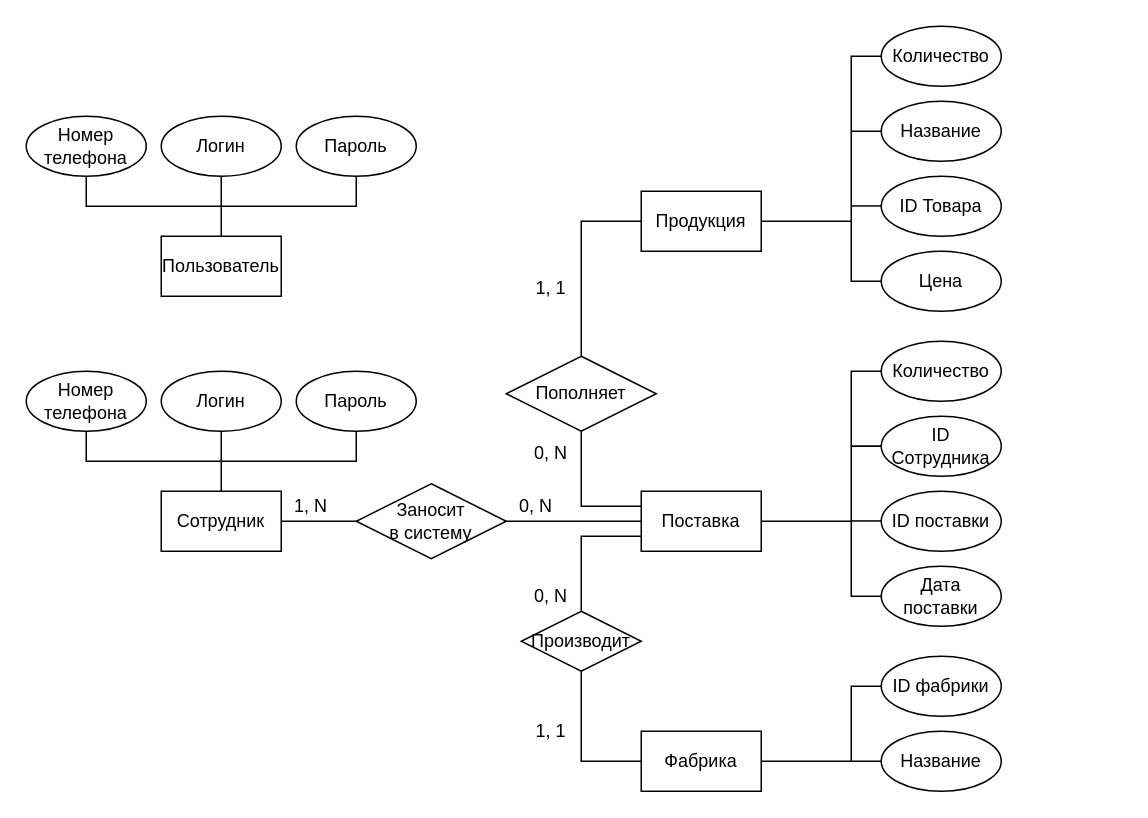
marsek4/ssp keeps this draw.io diagram as КМПО V2.0.drawio. Above is the earlier version. Source tidied: cells renumbered, new cells numbered last; positions are measured from the earlier drawing's top-left corner, leaving out a move shared by most shapes. Both pictures are drawn from the tidied source at 150%, with x=0, y=0 at pixel (26, 26).
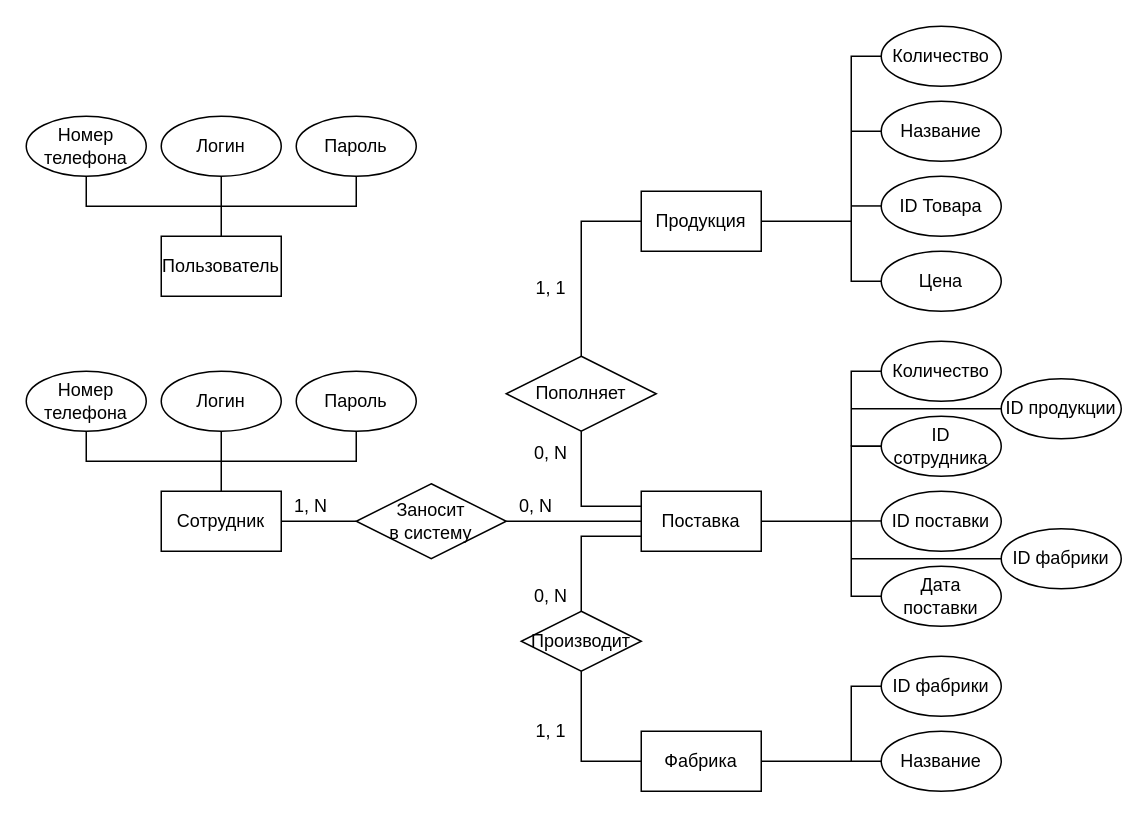
Above is the later version.

The edit, as a diff of the source:
```diff
@@
-    <mxCell id="12" value="ID Сотрудника" style="ellipse;whiteSpace=wrap;html=1;" parent="1" vertex="1">
+    <mxCell id="12" value="ID сотрудника" style="ellipse;whiteSpace=wrap;html=1;" parent="1" vertex="1">
       <mxGeometry x="570" y="260" width="80" height="40" as="geometry" />
     </mxCell>
@@
+    <mxCell id="53" value="ID фабрики" style="ellipse;whiteSpace=wrap;html=1;" parent="1" vertex="1">
+      <mxGeometry x="650" y="335" width="80" height="40" as="geometry" />
+    </mxCell>
+    <mxCell id="54" style="endArrow=none;html=1;rounded=0;entryX=0;entryY=0.5;entryDx=0;entryDy=0;" parent="1" edge="1" target="53">
+      <mxGeometry relative="1" as="geometry">
+        <mxPoint x="550" y="355" as="sourcePoint" />
+      </mxGeometry>
+    </mxCell>
+    <mxCell id="55" value="ID продукции" style="ellipse;whiteSpace=wrap;html=1;" parent="1" vertex="1">
+      <mxGeometry x="650" y="235" width="80" height="40" as="geometry" />
+    </mxCell>
+    <mxCell id="56" style="endArrow=none;html=1;rounded=0;entryX=0;entryY=0.5;entryDx=0;entryDy=0;" parent="1" edge="1" target="55">
+      <mxGeometry relative="1" as="geometry">
+        <mxPoint x="550" y="255" as="sourcePoint" />
+      </mxGeometry>
+    </mxCell>
```
